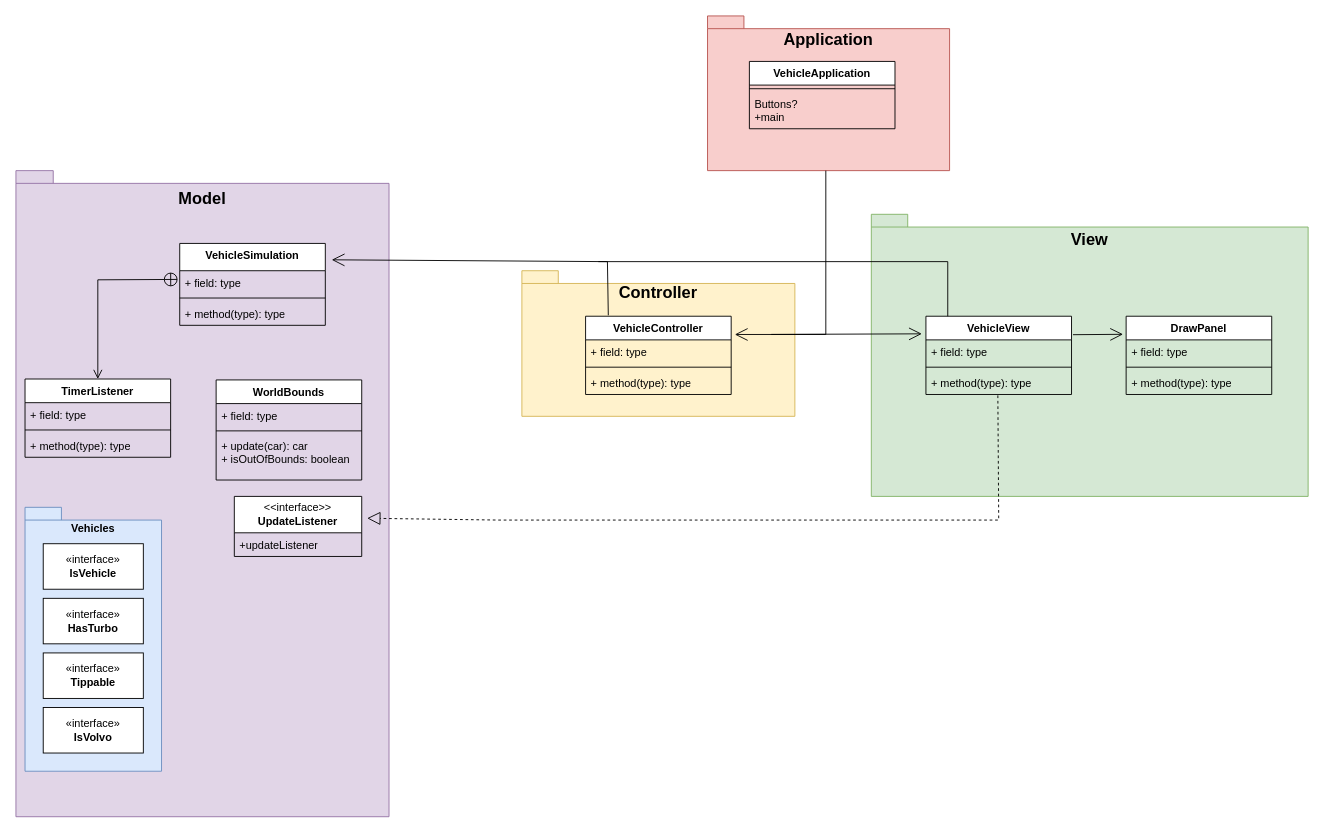
The draw.io diagram page "Sida-2" (2 of 2) of lab4/Lab4UML.drawio in sophucking/Grupp16Labb3, before the edit. Source tidied: cells renumbered, new cells numbered last; positions are measured from the earlier drawing's top-left corner, leaving out a move shared by most shapes. Both pictures are drawn from the tidied source at 91%, with x=0, y=0 at pixel (15, 15).
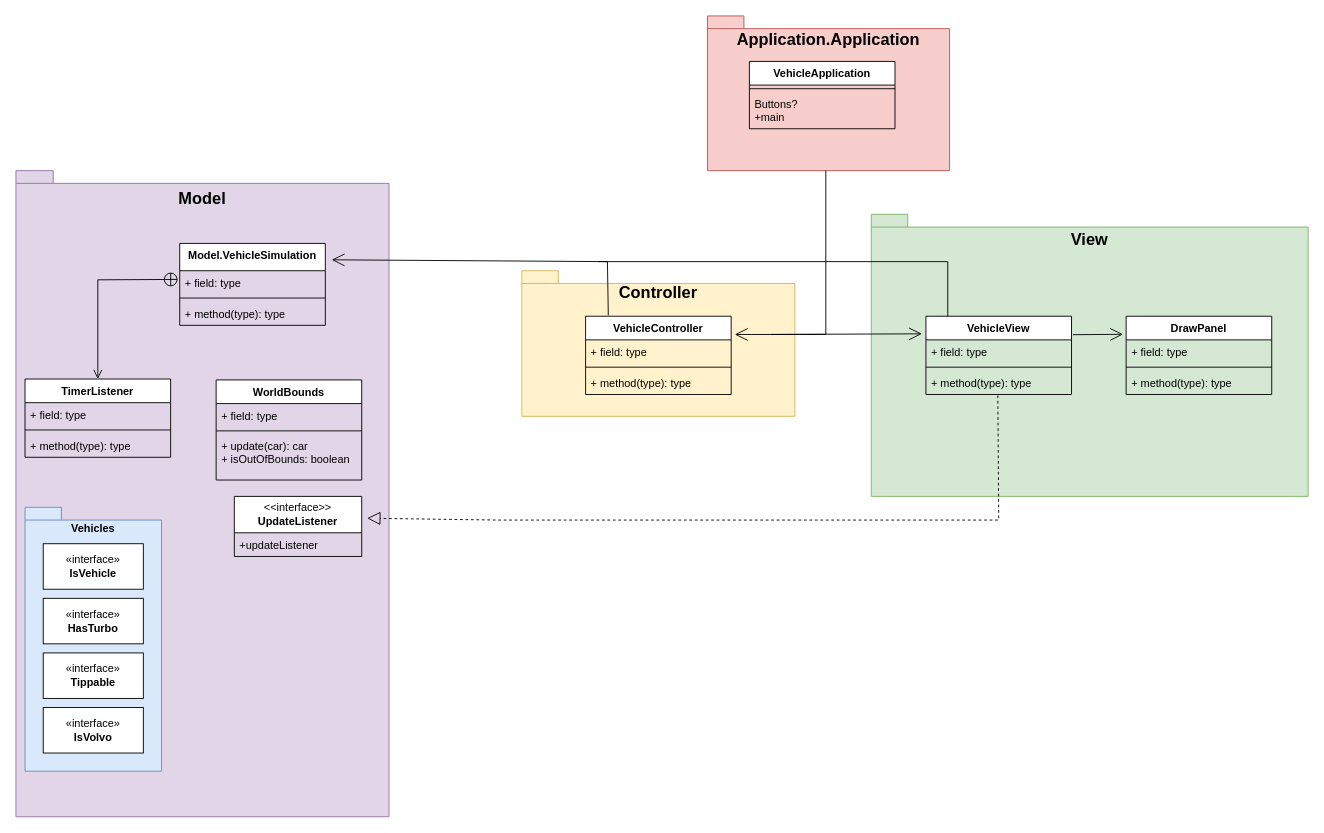
Above is the later version.

Diff of the diagram source:
```diff
@@
-    <mxCell id="4" value="&lt;font style=&quot;font-size: 18px;&quot;&gt;Application&lt;/font&gt;" style="shape=folder;fontStyle=1;spacingTop=10;tabWidth=40;tabHeight=14;tabPosition=left;html=1;whiteSpace=wrap;labelPosition=center;verticalLabelPosition=top;align=center;verticalAlign=bottom;spacing=-38;fillColor=#f8cecc;strokeColor=#b85450;" parent="1" vertex="1">
+    <mxCell id="4" value="&lt;font style=&quot;font-size: 18px;&quot;&gt;Application.Application&lt;/font&gt;" style="shape=folder;fontStyle=1;spacingTop=10;tabWidth=40;tabHeight=14;tabPosition=left;html=1;whiteSpace=wrap;labelPosition=center;verticalLabelPosition=top;align=center;verticalAlign=bottom;spacing=-38;fillColor=#f8cecc;strokeColor=#b85450;" parent="1" vertex="1">
       <mxGeometry x="760" width="266" height="170" as="geometry" />
     </mxCell>
@@
-    <mxCell id="7" value="VehicleSimulation" style="swimlane;fontStyle=1;align=center;verticalAlign=top;horizontal=1;startSize=30;whiteSpace=wrap;html=1;" parent="1" vertex="1">
+    <mxCell id="7" value="Model.VehicleSimulation" style="swimlane;fontStyle=1;align=center;verticalAlign=top;horizontal=1;startSize=30;whiteSpace=wrap;html=1;" parent="1" vertex="1">
       <mxGeometry x="180" y="250" width="160" height="90" as="geometry" />
     </mxCell>
```
